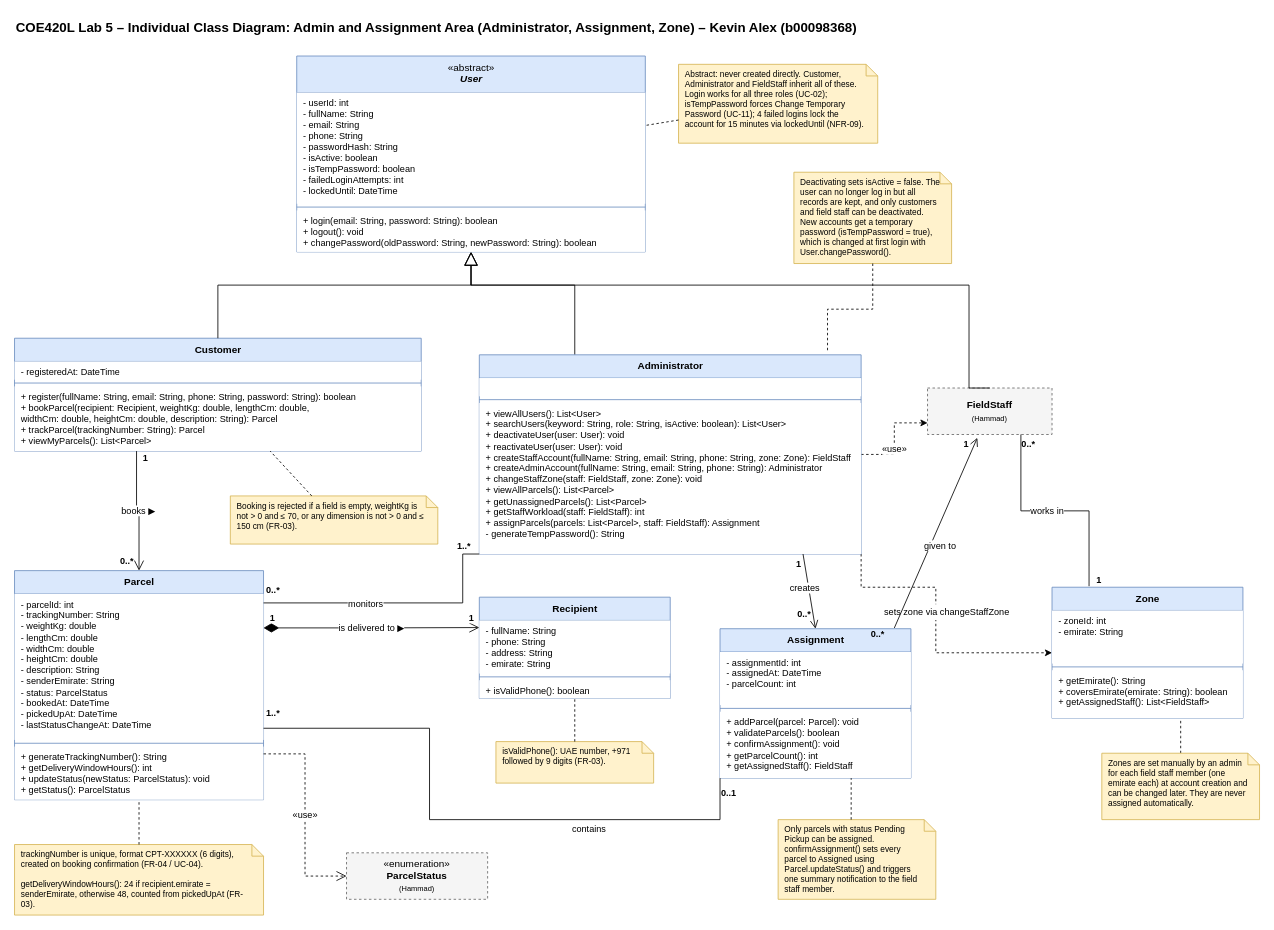
Before: Project/Object_Modeling/Individual_Models/Kevin_Alex_Admin_Assignment_Class_Diagram.drawio in COE420-Team10-F26/Courier_parcel_tracking_system, a draw.io diagram. Source tidied: cells renumbered, new cells numbered last; positions are measured from the earlier drawing's top-left corner, leaving out a move shared by most shapes. Both pictures are drawn from the tidied source at 83%, with x=0, y=0 at pixel (14, 14).
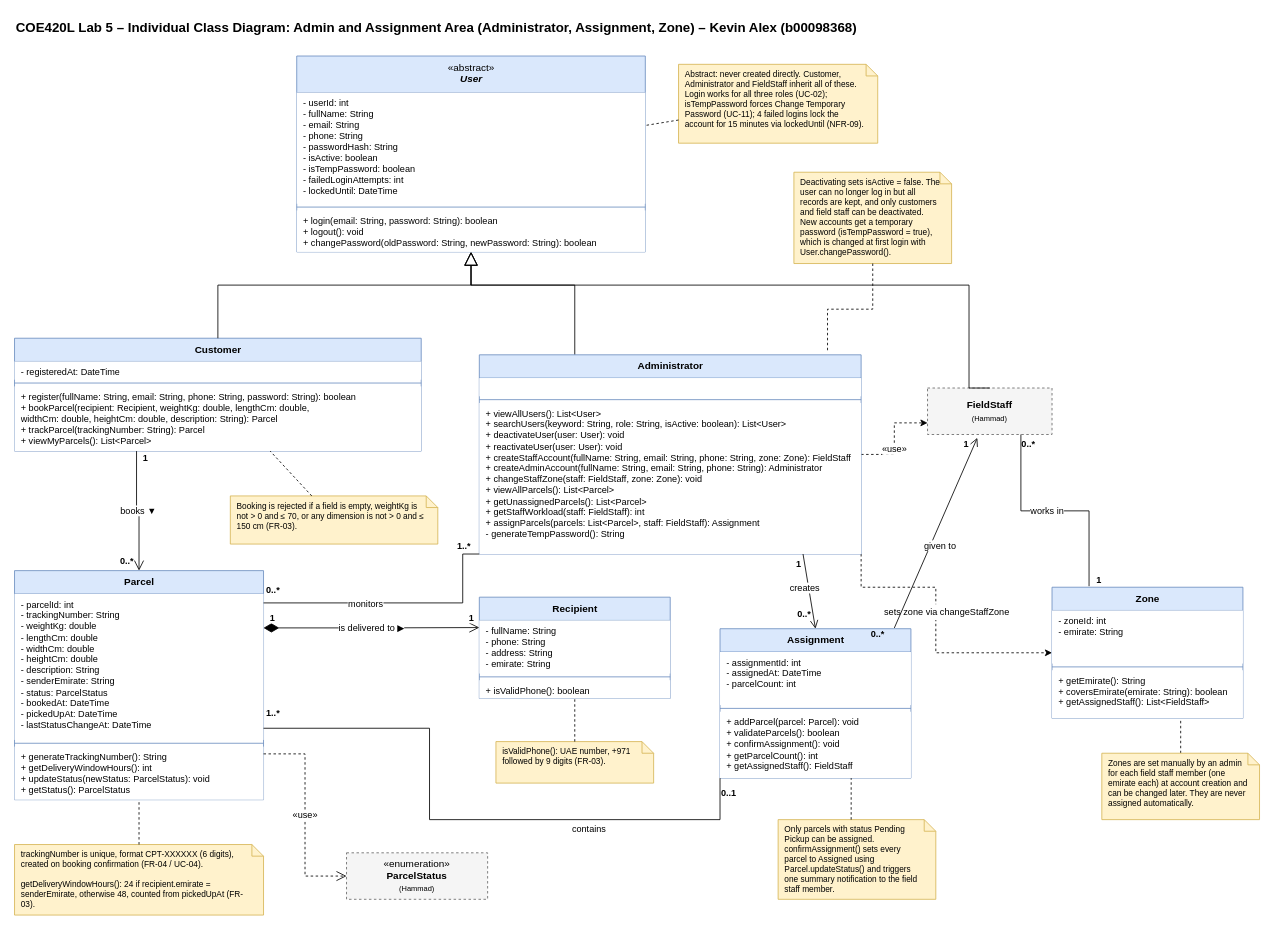
After the change.

Commit message (it also covers changes not shown here):
Polish: decision wording, arrow directions, ID ranges, diagram labels

Unchanged cells that the change refers to:
```xml
<mxCell id="7" value="&lt;b&gt;Customer&lt;/b&gt;" style="swimlane;html=1;fontStyle=0;align=center;verticalAlign=top;horizontal=1;startSize=28;fillColor=#dae8fc;strokeColor=#6c8ebf;fontSize=12;" parent="1" vertex="1">
  <mxGeometry y="390" width="490" height="136" as="geometry" />
</mxCell>
<mxCell id="12" value="&lt;b&gt;Parcel&lt;/b&gt;" style="swimlane;html=1;fontStyle=0;align=center;verticalAlign=top;horizontal=1;startSize=28;fillColor=#dae8fc;strokeColor=#6c8ebf;fontSize=12;" parent="1" vertex="1">
  <mxGeometry y="670" width="300" height="276" as="geometry" />
</mxCell>
```

The edit, as a diff of the source:
```diff
@@
-    <mxCell id="24" value="books ▶" style="html=1;rounded=0;edgeStyle=orthogonalEdgeStyle;fontSize=11;endArrow=open;endSize=10;endFill=0;labelBackgroundColor=#ffffff;exitX=0.3;exitY=1;exitDx=0;exitDy=0;entryX=0.5;entryY=0;entryDx=0;entryDy=0;" parent="1" edge="1" source="7" target="12">
+    <mxCell id="24" value="books ▼" style="html=1;rounded=0;edgeStyle=orthogonalEdgeStyle;fontSize=11;endArrow=open;endSize=10;endFill=0;labelBackgroundColor=#ffffff;exitX=0.3;exitY=1;exitDx=0;exitDy=0;entryX=0.5;entryY=0;entryDx=0;entryDy=0;" parent="1" edge="1" source="7" target="12">
       <mxGeometry relative="1" as="geometry" />
     </mxCell>
```
